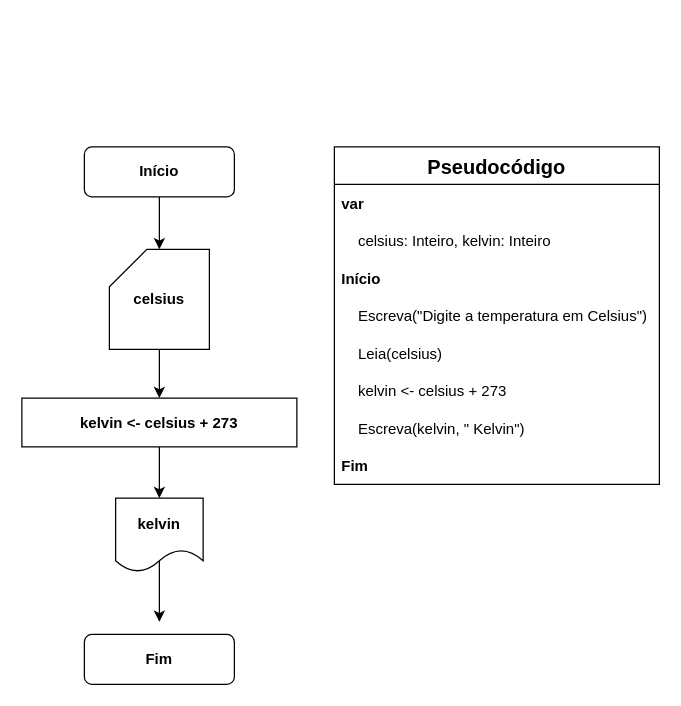
The draw.io diagram page "Ex. 1.3" (3 of 5) of Diagrama.drawio in iSamekh/draw.io, before the edit. Source tidied: cells renumbered, new cells numbered last; positions are measured from the earlier drawing's top-left corner, leaving out a move shared by most shapes. Both pictures are drawn from the tidied source at 125%, with x=0, y=0 at pixel (21, 146).
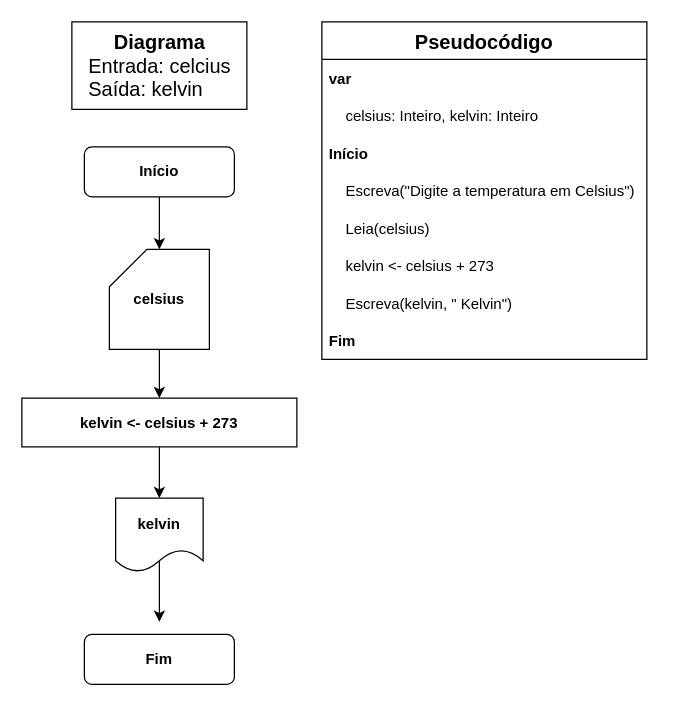
The same page after the edit.

What changed in the source:
```diff
@@
     <mxCell id="11" value="Pseudocódigo" style="swimlane;fontStyle=1;horizontal=1;startSize=30;rounded=0;shadow=0;labelBackgroundColor=#FFFFFF;labelBorderColor=none;sketch=0;fillStyle=auto;strokeColor=default;strokeWidth=1;fillColor=default;swimlaneLine=1;glass=0;arcSize=20;fontSize=16;" parent="1" vertex="1">
-      <mxGeometry x="250" width="260" height="270" as="geometry" />
+      <mxGeometry x="240" y="-100" width="260" height="270" as="geometry" />
     </mxCell>
@@
+    <mxCell id="20" value="&lt;font style=&quot;font-size: 16px;&quot;&gt;&lt;b&gt;Diagrama&lt;/b&gt;&lt;br&gt;&lt;div style=&quot;text-align: left;&quot;&gt;&lt;span style=&quot;font-size: 12px;&quot;&gt;&lt;font style=&quot;font-size: 16px;&quot;&gt;Entrada: celcius&lt;/font&gt;&lt;/span&gt;&lt;/div&gt;&lt;div style=&quot;text-align: left;&quot;&gt;&lt;span style=&quot;font-size: 12px;&quot;&gt;&lt;font style=&quot;font-size: 16px;&quot;&gt;Saída: kelvin&lt;/font&gt;&lt;/span&gt;&lt;/div&gt;&lt;/font&gt;" style="text;html=1;align=center;verticalAlign=middle;fillColor=default;strokeColor=default;rounded=0;shadow=0;glass=0;labelBackgroundColor=#FFFFFF;labelBorderColor=none;sketch=0;fillStyle=auto;strokeWidth=1;" parent="1" vertex="1">
+      <mxGeometry x="40" y="-100" width="140" height="70" as="geometry" />
+    </mxCell>
```
